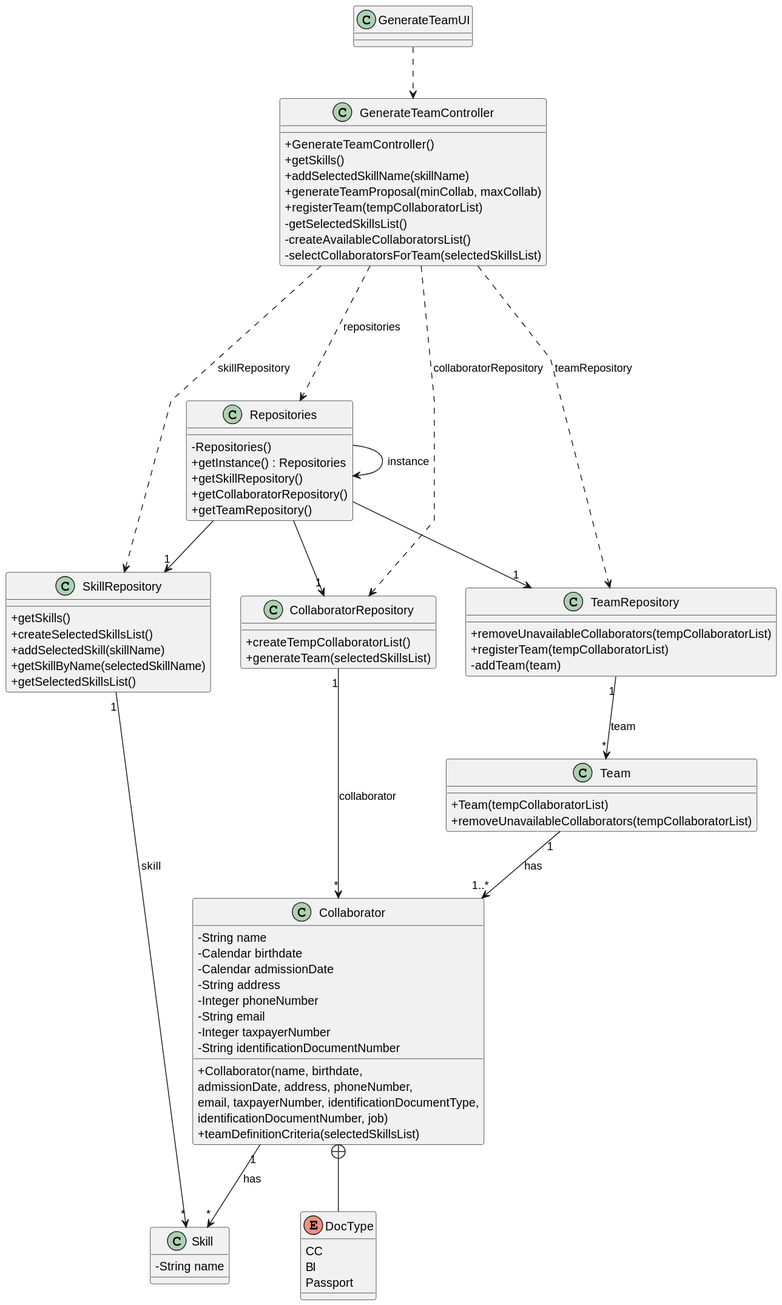
Before: docs/sprintB/us005/03.design/svg/us005-class-diagram.svg, a diagram exported from PlantUML (Departamento-de-Engenharia-Informatica/lei-24-s2-1dm-g132).
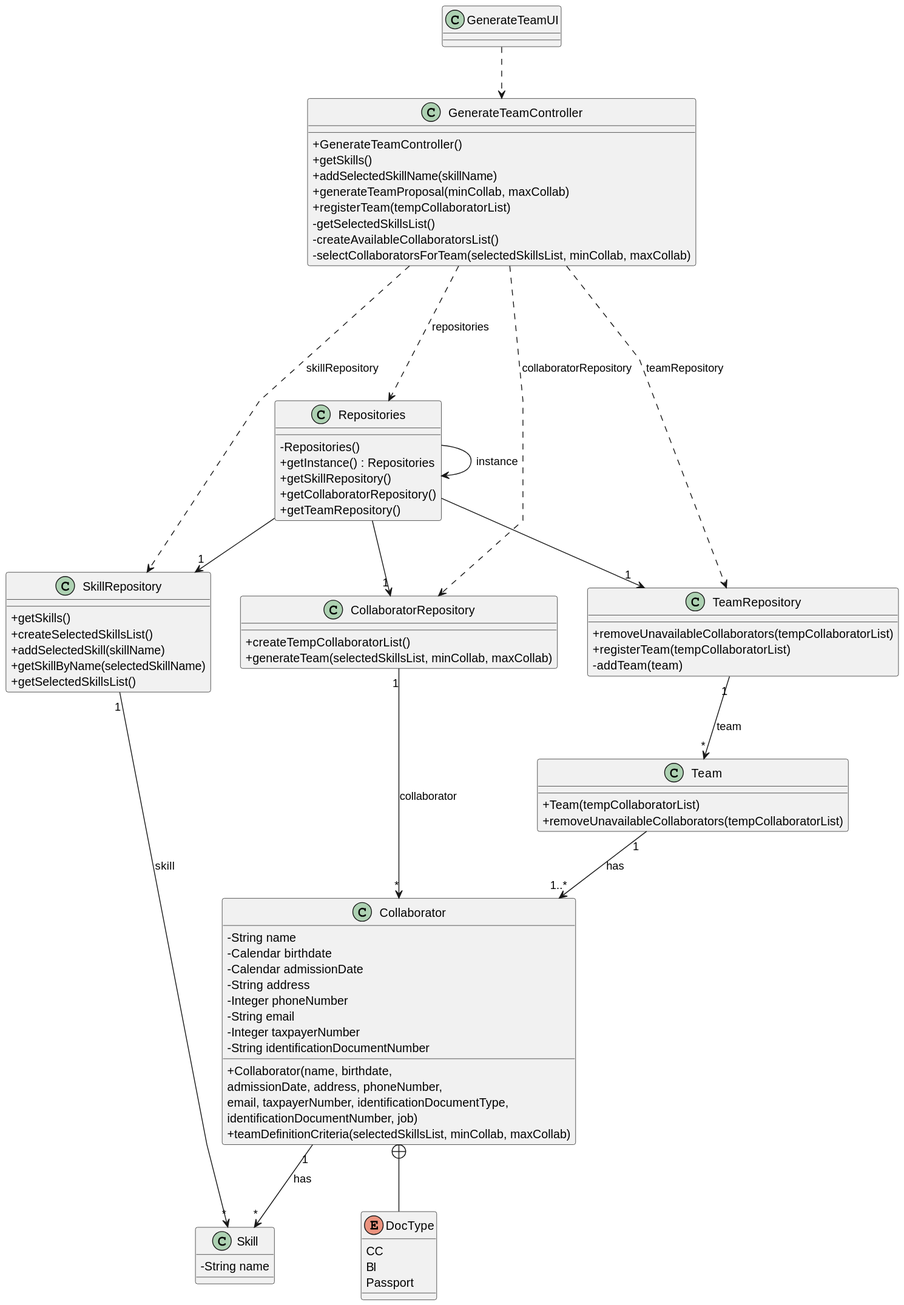
After the change.

Change to the diagram source:
```diff
@@ -20,7 +20,7 @@
     + registerTeam(tempCollaboratorList)
     - getSelectedSkillsList()
     - createAvailableCollaboratorsList()
-    - selectCollaboratorsForTeam(selectedSkillsList)
+    - selectCollaboratorsForTeam(selectedSkillsList, minCollab, maxCollab)
 }
 
 class Repositories
@@ -46,7 +46,7 @@
 class CollaboratorRepository
 {
     + createTempCollaboratorList()
-    + generateTeam(selectedSkillsList)
+    + generateTeam(selectedSkillsList, minCollab, maxCollab)
 }
 
 class TeamRepository
@@ -67,7 +67,7 @@
     - Integer taxpayerNumber
     - String identificationDocumentNumber
     + Collaborator(name, birthdate,\nadmissionDate, address, phoneNumber,\nemail, taxpayerNumber, identificationDocumentType,\nidentificationDocumentNumber, job)
-    + teamDefinitionCriteria(selectedSkillsList)
+    + teamDefinitionCriteria(selectedSkillsList, minCollab, maxCollab)
 }
 
 enum DocType
```
